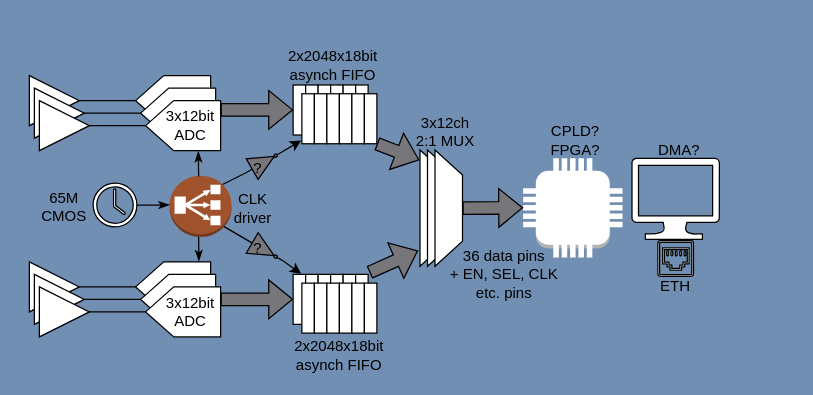
Before: ADC/ADC_interface.drawio in robsva/drawio, a draw.io diagram. Source tidied: cells renumbered, new cells numbered last; positions are measured from the earlier drawing's top-left corner, leaving out a move shared by most shapes. Both pictures are drawn from the tidied source at 125%, with x=0, y=0 at pixel (29, 55).
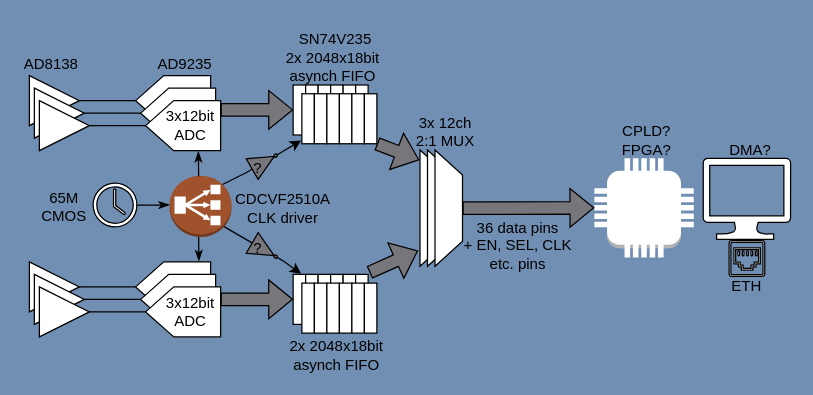
The same diagram, later.

What changed in the source:
```diff
@@
-    <mxCell id="36" value="&lt;div&gt;2x2048x18bit&lt;/div&gt;&lt;div&gt;asynch FIFO&lt;/div&gt;" style="text;html=1;align=center;verticalAlign=middle;whiteSpace=wrap;rounded=0;" parent="1" vertex="1">
-      <mxGeometry x="220" y="0.5" width="46" height="15" as="geometry" />
+    <mxCell id="36" value="&lt;div&gt;&lt;br&gt;&lt;/div&gt;&lt;div&gt;2x 2048x18bit&lt;/div&gt;&lt;div&gt;asynch FIFO&lt;/div&gt;" style="text;html=1;align=center;verticalAlign=middle;whiteSpace=wrap;rounded=0;" parent="1" vertex="1">
+      <mxGeometry x="199.5" y="-13.5" width="85.5" height="30" as="geometry" />
     </mxCell>
@@
-    <mxCell id="43" value="&lt;div&gt;CLK&lt;/div&gt;&lt;div&gt;driver&lt;br&gt;&lt;/div&gt;" style="text;html=1;align=center;verticalAlign=middle;whiteSpace=wrap;rounded=0;" parent="1" vertex="1">
-      <mxGeometry x="153" y="110" width="52" height="23" as="geometry" />
+    <mxCell id="43" value="&lt;div&gt;CDCVF2510A&lt;/div&gt;&lt;div&gt;CLK driver&lt;br&gt;&lt;/div&gt;" style="text;html=1;align=center;verticalAlign=middle;whiteSpace=wrap;rounded=0;" parent="1" vertex="1">
+      <mxGeometry x="164" y="110" width="78" height="23" as="geometry" />
     </mxCell>
@@
     <mxCell id="64" style="verticalLabelPosition=bottom;html=1;verticalAlign=top;align=center;shape=mxgraph.azure.computer;" parent="1" vertex="1">
-      <mxGeometry x="482" y="82.2" width="70" height="64.7" as="geometry" />
+      <mxGeometry x="539" y="82.2" width="70" height="64.7" as="geometry" />
     </mxCell>
     <mxCell id="65" style="sketch=0;shadow=0;dashed=0;html=1;labelPosition=center;verticalLabelPosition=bottom;verticalAlign=top;align=center;shape=mxgraph.vvd.ethernet_port;" parent="1" vertex="1">
-      <mxGeometry x="502.8" y="148" width="28.5" height="28.5" as="geometry" />
+      <mxGeometry x="559.8" y="148" width="28.5" height="28.5" as="geometry" />
     </mxCell>
     <mxCell id="66" style="outlineConnect=0;dashed=0;verticalLabelPosition=bottom;verticalAlign=top;align=center;html=1;shape=mxgraph.aws3.coffee_pot;" parent="1" vertex="1">
-      <mxGeometry x="395" y="82" width="79.5" height="79.5" as="geometry" />
+      <mxGeometry x="452" y="82" width="79.5" height="79.5" as="geometry" />
     </mxCell>
     <mxCell id="67" value="CPLD? FPGA?" style="text;html=1;align=center;verticalAlign=middle;whiteSpace=wrap;rounded=0;" parent="1" vertex="1">
-      <mxGeometry x="419" y="60.5" width="36" height="15" as="geometry" />
+      <mxGeometry x="476" y="60.5" width="36" height="15" as="geometry" />
     </mxCell>
@@
     <mxCell id="74" value="ETH" style="text;html=1;align=center;verticalAlign=middle;whiteSpace=wrap;rounded=0;" parent="1" vertex="1">
-      <mxGeometry x="499.2" y="177.5" width="36" height="15" as="geometry" />
+      <mxGeometry x="556.2" y="177.5" width="36" height="15" as="geometry" />
     </mxCell>
-    <mxCell id="75" value="&lt;div&gt;3x12ch 2:1 MUX&lt;/div&gt;" style="text;html=1;align=center;verticalAlign=middle;whiteSpace=wrap;rounded=0;" parent="1" vertex="1">
+    <mxCell id="75" value="&lt;div&gt;3x 12ch 2:1 MUX&lt;/div&gt;" style="text;html=1;align=center;verticalAlign=middle;whiteSpace=wrap;rounded=0;" parent="1" vertex="1">
       <mxGeometry x="308" y="53" width="50" height="15" as="geometry" />
     </mxCell>
     <mxCell id="76" value="DMA?" style="text;html=1;align=center;verticalAlign=middle;whiteSpace=wrap;rounded=0;" parent="1" vertex="1">
-      <mxGeometry x="502.2" y="68.5" width="36" height="15" as="geometry" />
+      <mxGeometry x="559.2" y="68.5" width="36" height="15" as="geometry" />
     </mxCell>
-    <mxCell id="77" value="&lt;div&gt;2x2048x18bit&lt;/div&gt;&lt;div&gt;asynch FIFO&lt;/div&gt;" style="text;html=1;align=center;verticalAlign=middle;whiteSpace=wrap;rounded=0;" parent="1" vertex="1">
-      <mxGeometry x="225" y="232" width="46" height="15" as="geometry" />
+    <mxCell id="77" value="&lt;div&gt;2x 2048x18bit&lt;/div&gt;&lt;div&gt;asynch FIFO&lt;/div&gt;" style="text;html=1;align=center;verticalAlign=middle;whiteSpace=wrap;rounded=0;" parent="1" vertex="1">
+      <mxGeometry x="203" y="232" width="86" height="15" as="geometry" />
     </mxCell>
     <mxCell id="78" value="&lt;div&gt;36 data pins&lt;/div&gt;&lt;div&gt;+ EN, SEL, CLK etc. pins&lt;br&gt;&lt;/div&gt;" style="text;html=1;align=center;verticalAlign=middle;whiteSpace=wrap;rounded=0;" parent="1" vertex="1">
-      <mxGeometry x="335" y="167" width="90" height="15" as="geometry" />
+      <mxGeometry x="346" y="144" width="90" height="15" as="geometry" />
     </mxCell>
+    <mxCell id="79" value="AD9235" style="text;whiteSpace=wrap;html=1;" parent="1" vertex="1">
+      <mxGeometry x="101" y="-7.5" width="50" height="20" as="geometry" />
+    </mxCell>
+    <mxCell id="80" value="AD8138" style="text;whiteSpace=wrap;html=1;" parent="1" vertex="1">
+      <mxGeometry x="-6" y="-7.5" width="50" height="20" as="geometry" />
+    </mxCell>
+    <mxCell id="81" value="SN74V235" style="text;whiteSpace=wrap;html=1;" parent="1" vertex="1">
+      <mxGeometry x="214" y="-27.5" width="50" height="20" as="geometry" />
+    </mxCell>
```
